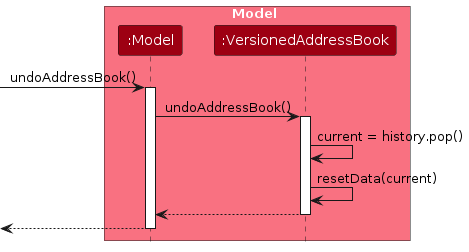
This is diagrams/UndoSequenceDiagram-Model.png from AY2627S1-CS2103T-T08-4/tp, a PlantUML export, as it was before one commit. Its source is kept beside it as diagrams/UndoSequenceDiagram-Model.puml. Source of this version:
```plantuml
@startuml
!include style.puml
skinparam ArrowFontStyle plain

box Model MODEL_COLOR_T1
participant ":Model" as Model MODEL_COLOR
participant ":VersionedAddressBook" as VersionedAddressBook MODEL_COLOR
end box

[-> Model : undoAddressBook()
activate Model

Model -> VersionedAddressBook : undoAddressBook()
activate VersionedAddressBook

VersionedAddressBook -> VersionedAddressBook : current = history.pop()
VersionedAddressBook -> VersionedAddressBook : resetData(current)
VersionedAddressBook --> Model
deactivate VersionedAddressBook

[<-- Model
deactivate Model

@enduml
```
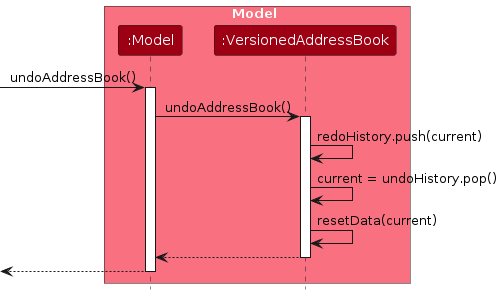
The same file after the commit.

Diff of the diagram source:
```diff
@@ -13,7 +13,8 @@
 Model -> VersionedAddressBook : undoAddressBook()
 activate VersionedAddressBook
 
-VersionedAddressBook -> VersionedAddressBook : current = history.pop()
+VersionedAddressBook -> VersionedAddressBook : redoHistory.push(current)
+VersionedAddressBook -> VersionedAddressBook : current = undoHistory.pop()
 VersionedAddressBook -> VersionedAddressBook : resetData(current)
 VersionedAddressBook --> Model
 deactivate VersionedAddressBook
```
